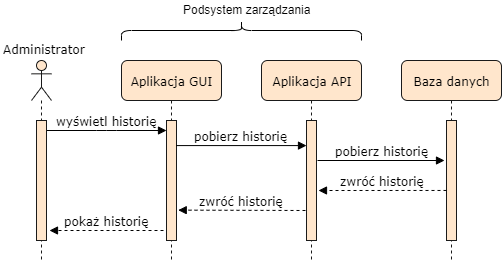
adapiekarska/centralized-lock-system keeps this draw.io diagram as docs/chapters/images/sequence4.png. Above is the earlier version. Source tidied: cells renumbered, new cells last; positions are measured from the earlier drawing's top-left corner, leaving out a move shared by most shapes.
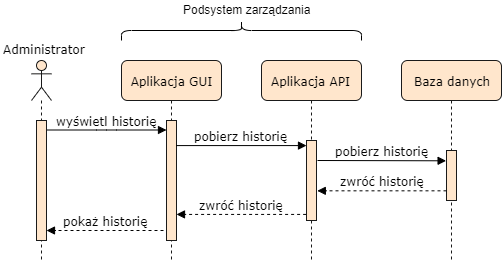
The same diagram one commit later.

Commit message:
Modyfing sequence diagrams, writing chapter 4

Diff of the diagram source:
```diff
@@ -6,13 +6,13 @@
       <mxGeometry x="260" y="60" width="100" height="200" as="geometry" />
     </mxCell>
     <mxCell id="3" style="html=1;points=[];perimeter=orthogonalPerimeter;fillColor=#ffe6cc;strokeColor=#1A1A1A;" parent="2" vertex="1">
-      <mxGeometry x="45" y="60" width="10" height="120" as="geometry" />
+      <mxGeometry x="45" y="80" width="10" height="80" as="geometry" />
     </mxCell>
     <mxCell id="4" value="Baza danych" style="shape=umlLifeline;perimeter=lifelinePerimeter;whiteSpace=wrap;html=1;rounded=1;shadow=0;comic=0;labelBackgroundColor=none;strokeColor=#1A1A1A;strokeWidth=1;fillColor=#ffe6cc;fontFamily=Verdana;fontSize=12;align=center;" parent="1" vertex="1">
       <mxGeometry x="400" y="60" width="100" height="200" as="geometry" />
     </mxCell>
     <mxCell id="5" style="html=1;points=[];perimeter=orthogonalPerimeter;rounded=0;shadow=0;comic=0;labelBackgroundColor=none;strokeColor=#1A1A1A;strokeWidth=1;fillColor=#ffe6cc;fontFamily=Verdana;fontSize=12;align=center;" parent="4" vertex="1">
-      <mxGeometry x="45" y="60" width="10" height="120" as="geometry" />
+      <mxGeometry x="45" y="90" width="10" height="50" as="geometry" />
     </mxCell>
     <mxCell id="6" value="Aplikacja GUI" style="shape=umlLifeline;perimeter=lifelinePerimeter;whiteSpace=wrap;html=1;rounded=1;shadow=0;comic=0;labelBackgroundColor=none;strokeColor=#1A1A1A;strokeWidth=1;fillColor=#ffe6cc;fontFamily=Verdana;fontSize=12;align=center;" parent="1" vertex="1">
       <mxGeometry x="120" y="60" width="100" height="200" as="geometry" />
@@ -35,26 +35,20 @@
     <mxCell id="12" value="pobierz historię" style="html=1;verticalAlign=bottom;endArrow=block;labelBackgroundColor=none;fontFamily=Verdana;fontSize=12;elbow=vertical;exitX=0.96;exitY=0.209;exitDx=0;exitDy=0;exitPerimeter=0;" parent="1" edge="1" source="7" target="3">
       <mxGeometry relative="1" as="geometry" />
     </mxCell>
-    <mxCell id="13" value="pobierz historię" style="html=1;verticalAlign=bottom;endArrow=block;labelBackgroundColor=none;fontFamily=Verdana;fontSize=12;elbow=vertical;" parent="1" edge="1">
+    <mxCell id="13" value="pobierz historię" style="html=1;verticalAlign=bottom;endArrow=block;labelBackgroundColor=none;fontFamily=Verdana;fontSize=12;elbow=vertical;entryX=-0.04;entryY=0.206;entryDx=0;entryDy=0;entryPerimeter=0;" parent="1" edge="1" target="5">
       <mxGeometry relative="1" as="geometry">
         <mxPoint x="316" y="160" as="sourcePoint" />
-        <mxPoint x="443" y="160" as="targetPoint" />
       </mxGeometry>
     </mxCell>
-    <mxCell id="14" value="zwróć historię" style="html=1;verticalAlign=bottom;endArrow=block;labelBackgroundColor=none;fontFamily=Verdana;fontSize=12;elbow=vertical;dashed=1;exitX=0;exitY=0.583;exitDx=0;exitDy=0;exitPerimeter=0;" parent="1" edge="1" source="5">
-      <mxGeometry relative="1" as="geometry">
-        <mxPoint x="317" y="190" as="targetPoint" />
-      </mxGeometry>
+    <mxCell id="14" value="zwróć historię" style="html=1;verticalAlign=bottom;endArrow=block;labelBackgroundColor=none;fontFamily=Verdana;fontSize=12;elbow=vertical;dashed=1;entryX=1.08;entryY=0.629;entryDx=0;entryDy=0;entryPerimeter=0;" parent="1" edge="1" source="5" target="3">
+      <mxGeometry relative="1" as="geometry" />
     </mxCell>
-    <mxCell id="15" value="zwróć historię" style="html=1;verticalAlign=bottom;endArrow=block;labelBackgroundColor=none;fontFamily=Verdana;fontSize=12;elbow=vertical;dashed=1;entryX=1.173;entryY=0.747;entryDx=0;entryDy=0;entryPerimeter=0;" parent="1" edge="1" target="7">
-      <mxGeometry relative="1" as="geometry">
-        <mxPoint x="304" y="210" as="sourcePoint" />
-      </mxGeometry>
+    <mxCell id="15" value="zwróć historię" style="html=1;verticalAlign=bottom;endArrow=block;labelBackgroundColor=none;fontFamily=Verdana;fontSize=12;elbow=vertical;dashed=1;exitX=-0.04;exitY=0.924;exitDx=0;exitDy=0;exitPerimeter=0;" parent="1" edge="1" source="3" target="7">
+      <mxGeometry relative="1" as="geometry" />
     </mxCell>
-    <mxCell id="16" value="pokaż historię" style="html=1;verticalAlign=bottom;endArrow=block;labelBackgroundColor=none;fontFamily=Verdana;fontSize=12;elbow=vertical;dashed=1;" parent="1" edge="1">
+    <mxCell id="16" value="pokaż historię" style="html=1;verticalAlign=bottom;endArrow=block;labelBackgroundColor=none;fontFamily=Verdana;fontSize=12;elbow=vertical;dashed=1;" parent="1" edge="1" target="10">
       <mxGeometry relative="1" as="geometry">
         <mxPoint x="162" y="230" as="sourcePoint" />
-        <mxPoint x="48" y="230" as="targetPoint" />
       </mxGeometry>
     </mxCell>
     <mxCell id="17" style="shape=curlyBracket;whiteSpace=wrap;html=1;rounded=1;direction=south;" parent="1" vertex="1">
```
